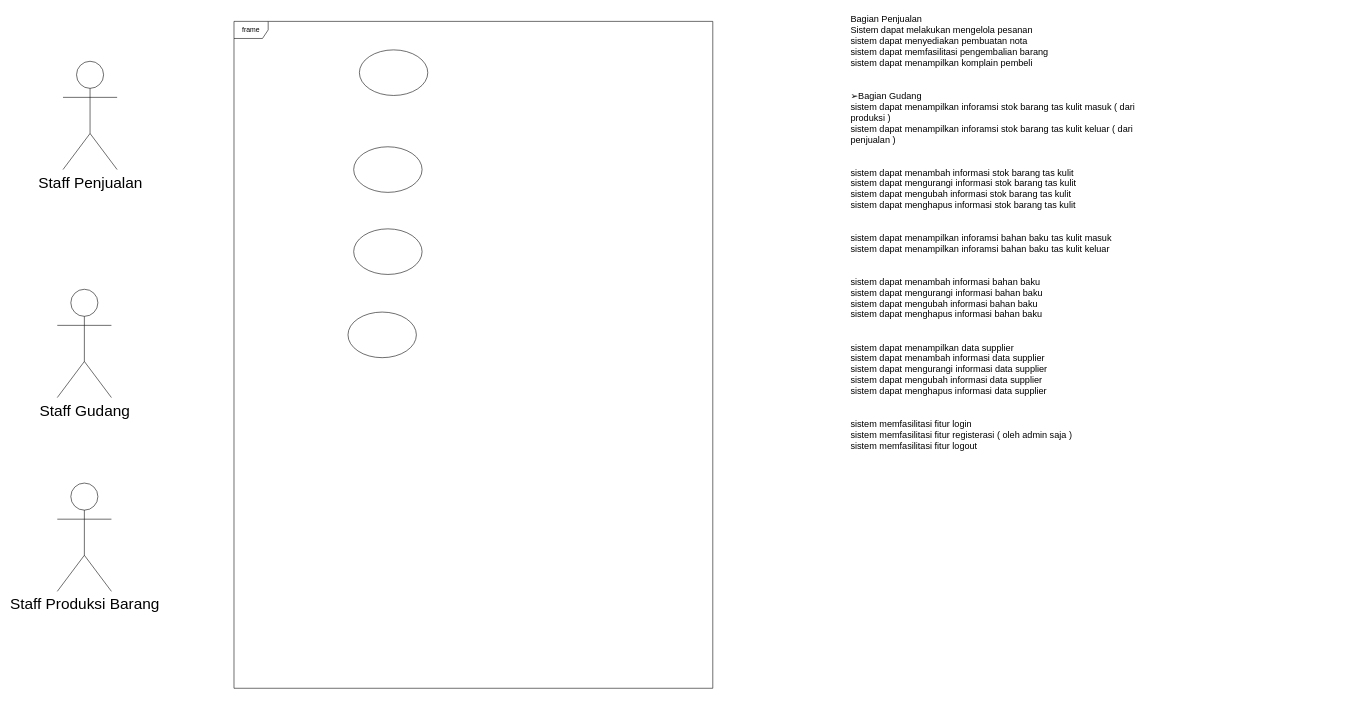
This is Untitled Diagram.drawio from AriqFaridzki/SE-UTS-2023, a draw.io file, before an edit. Source tidied: cells renumbered, new cells numbered last; positions are measured from the earlier drawing's top-left corner, leaving out a move shared by most shapes. Both pictures are drawn from the tidied source at 57%, with x=0, y=0 at pixel (57, 10).
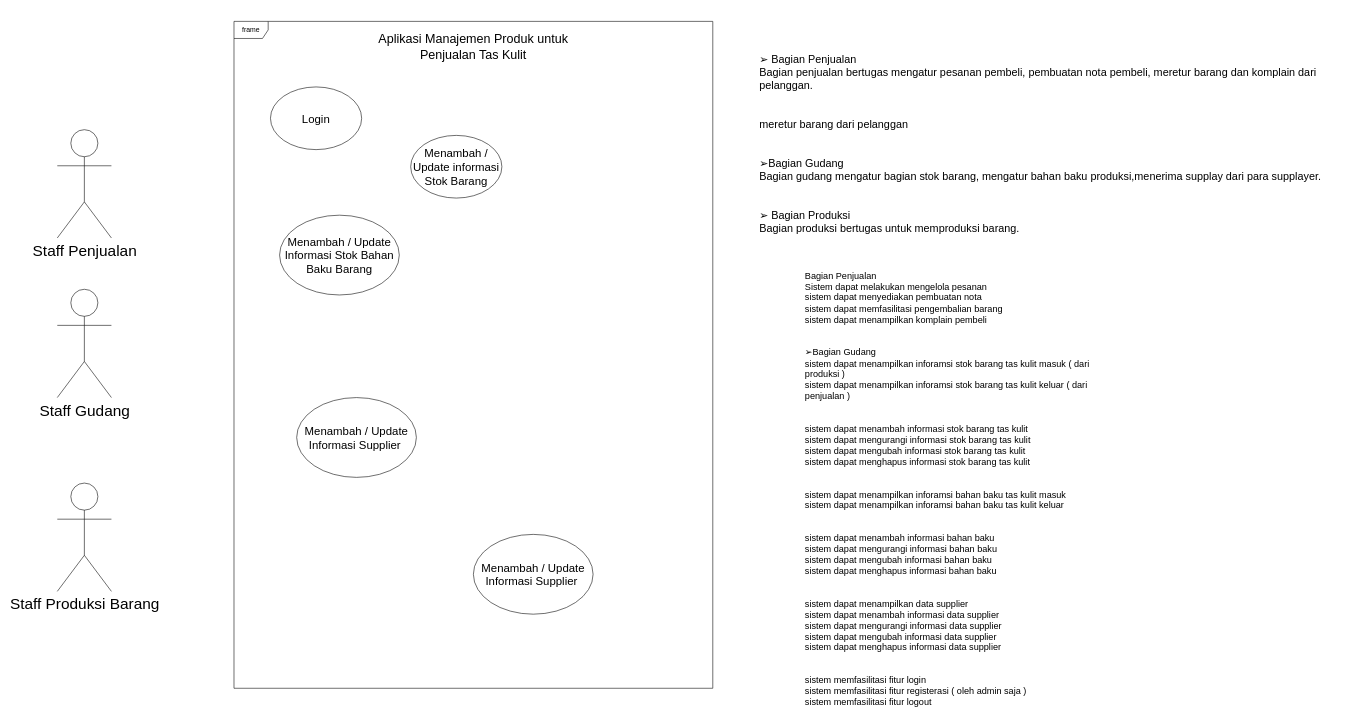
After the change.

The edit, as a diff of the source:
```diff
@@
 <mxGraphModel>
   <root>
     <mxCell id="0" />
     <mxCell id="1" parent="0" />
     <mxCell id="2" value="Staff Gudang" style="shape=umlActor;verticalLabelPosition=bottom;verticalAlign=top;html=1;fontSize=27;" parent="1" vertex="1">
       <mxGeometry y="490" width="95" height="190" as="geometry" />
     </mxCell>
     <mxCell id="3" value="frame" style="shape=umlFrame;whiteSpace=wrap;html=1;" parent="1" vertex="1">
       <mxGeometry x="310" y="20" width="840" height="1170" as="geometry" />
     </mxCell>
     <mxCell id="4" value="&lt;font style=&quot;font-size: 16px;&quot;&gt;Bagian Penjualan&lt;br&gt;Sistem dapat melakukan mengelola pesanan&amp;nbsp;&lt;br&gt;sistem dapat menyediakan pembuatan nota&amp;nbsp;&lt;br&gt;sistem dapat memfasilitasi pengembalian barang&lt;br&gt;sistem dapat menampilkan komplain pembeli&lt;br&gt;&lt;br&gt;&lt;br&gt;➢Bagian Gudang&lt;br&gt;sistem dapat menampilkan inforamsi stok barang tas kulit masuk ( dari produksi )&lt;br&gt;sistem dapat menampilkan inforamsi stok barang tas kulit keluar ( dari penjualan )&lt;br&gt;&lt;br&gt;&lt;br&gt;sistem dapat menambah informasi stok barang tas kulit&lt;br&gt;sistem dapat mengurangi informasi stok barang tas kulit&lt;br&gt;sistem dapat mengubah informasi stok barang tas kulit&lt;br&gt;sistem dapat menghapus informasi stok barang tas kulit&lt;br&gt;&lt;br&gt;&lt;br&gt;sistem dapat menampilkan inforamsi bahan baku tas kulit masuk&lt;br&gt;sistem dapat menampilkan inforamsi bahan baku tas kulit keluar&lt;br&gt;&lt;br&gt;&lt;br&gt;sistem dapat menambah informasi bahan baku&lt;br&gt;sistem dapat mengurangi informasi bahan baku&lt;br&gt;sistem dapat mengubah informasi bahan baku&lt;br&gt;sistem dapat menghapus informasi bahan baku&lt;br&gt;&lt;br&gt;&lt;br&gt;sistem dapat menampilkan data supplier&lt;br&gt;sistem dapat menambah informasi data supplier&lt;br&gt;sistem dapat mengurangi informasi data supplier&lt;br&gt;sistem dapat mengubah informasi data supplier&lt;br&gt;sistem dapat menghapus informasi data supplier&lt;br&gt;&lt;br&gt;&lt;br&gt;sistem memfasilitasi fitur login&lt;br&gt;sistem memfasilitasi fitur registerasi ( oleh admin saja )&lt;br&gt;sistem memfasilitasi fitur logout&lt;/font&gt;" style="text;whiteSpace=wrap;html=1;" parent="1" vertex="1">
-      <mxGeometry x="1390" width="510" height="640" as="geometry" />
+      <mxGeometry x="1310" y="450" width="510" height="640" as="geometry" />
     </mxCell>
-    <mxCell id="5" style="ellipse;whiteSpace=wrap;html=1;" parent="1" vertex="1">
-      <mxGeometry x="530" y="70" width="120" height="80" as="geometry" />
+    <mxCell id="5" value="Login" style="ellipse;whiteSpace=wrap;html=1;fontSize=20;" parent="1" vertex="1">
+      <mxGeometry x="374" y="135" width="160" height="110" as="geometry" />
     </mxCell>
-    <mxCell id="6" style="ellipse;whiteSpace=wrap;html=1;" parent="1" vertex="1">
-      <mxGeometry x="520" y="384" width="120" height="80" as="geometry" />
-    </mxCell>
-    <mxCell id="7" style="ellipse;whiteSpace=wrap;html=1;" parent="1" vertex="1">
-      <mxGeometry x="510" y="530" width="120" height="80" as="geometry" />
-    </mxCell>
-    <mxCell id="8" style="ellipse;whiteSpace=wrap;html=1;" parent="1" vertex="1">
-      <mxGeometry x="520" y="240" width="120" height="80" as="geometry" />
-    </mxCell>
-    <mxCell id="9" style="edgeStyle=orthogonalEdgeStyle;rounded=0;orthogonalLoop=1;jettySize=auto;html=1;exitX=0.5;exitY=1;exitDx=0;exitDy=0;" parent="1" edge="1" source="7" target="7">
-      <mxGeometry relative="1" as="geometry" />
+    <mxCell id="9" style="edgeStyle=orthogonalEdgeStyle;rounded=0;orthogonalLoop=1;jettySize=auto;html=1;exitX=0.5;exitY=1;exitDx=0;exitDy=0;" parent="1" edge="1">
+      <mxGeometry relative="1" as="geometry">
+        <mxPoint x="590" y="830" as="sourcePoint" />
+        <mxPoint x="590" y="830" as="targetPoint" />
+      </mxGeometry>
     </mxCell>
     <mxCell id="10" value="Staff Penjualan" style="shape=umlActor;verticalLabelPosition=bottom;verticalAlign=top;html=1;fontSize=27;" parent="1" vertex="1">
-      <mxGeometry x="10" y="90" width="95" height="190" as="geometry" />
+      <mxGeometry y="210" width="95" height="190" as="geometry" />
     </mxCell>
     <mxCell id="11" value="Staff Produksi Barang" style="shape=umlActor;verticalLabelPosition=bottom;verticalAlign=top;html=1;fontSize=27;" parent="1" vertex="1">
       <mxGeometry y="830" width="95" height="190" as="geometry" />
     </mxCell>
+    <mxCell id="12" value="Menambah / Update informasi Stok Barang" style="ellipse;whiteSpace=wrap;html=1;fontSize=20;" parent="1" vertex="1">
+      <mxGeometry x="620" y="220" width="160" height="110" as="geometry" />
+    </mxCell>
+    <mxCell id="13" value="➢ Bagian Penjualan&#10;Bagian penjualan bertugas mengatur pesanan pembeli, pembuatan nota pembeli, meretur barang dan komplain dari pelanggan.&#10;&#10;&#10;meretur barang dari pelanggan&#10;&#10;&#10;➢Bagian Gudang&#10;Bagian gudang mengatur bagian stok barang, mengatur bahan baku produksi,menerima supplay dari para supplayer.&#10;&#10;&#10;➢ Bagian Produksi&#10;Bagian produksi bertugas untuk memproduksi barang." style="text;whiteSpace=wrap;html=1;fontSize=19;" parent="1" vertex="1">
+      <mxGeometry x="1230" y="70" width="1040" height="240" as="geometry" />
+    </mxCell>
+    <mxCell id="14" value="Aplikasi Manajemen Produk untuk Penjualan Tas Kulit" style="text;html=1;strokeColor=none;fillColor=none;align=center;verticalAlign=middle;whiteSpace=wrap;rounded=0;fontSize=22;" parent="1" vertex="1">
+      <mxGeometry x="550" y="50" width="360" height="30" as="geometry" />
+    </mxCell>
+    <mxCell id="15" value="Menambah / Update Informasi Stok Bahan Baku Barang" style="ellipse;whiteSpace=wrap;html=1;fontSize=20;" parent="1" vertex="1">
+      <mxGeometry x="390" y="360" width="210" height="140" as="geometry" />
+    </mxCell>
+    <mxCell id="16" value="Menambah / Update Informasi Supplier&amp;nbsp;" style="ellipse;whiteSpace=wrap;html=1;fontSize=20;" parent="1" vertex="1">
+      <mxGeometry x="420" y="680" width="210" height="140" as="geometry" />
+    </mxCell>
+    <mxCell id="17" value="Menambah / Update Informasi Supplier&amp;nbsp;" style="ellipse;whiteSpace=wrap;html=1;fontSize=20;" parent="1" vertex="1">
+      <mxGeometry x="730" y="920" width="210" height="140" as="geometry" />
+    </mxCell>
   </root>
 </mxGraphModel>
```
